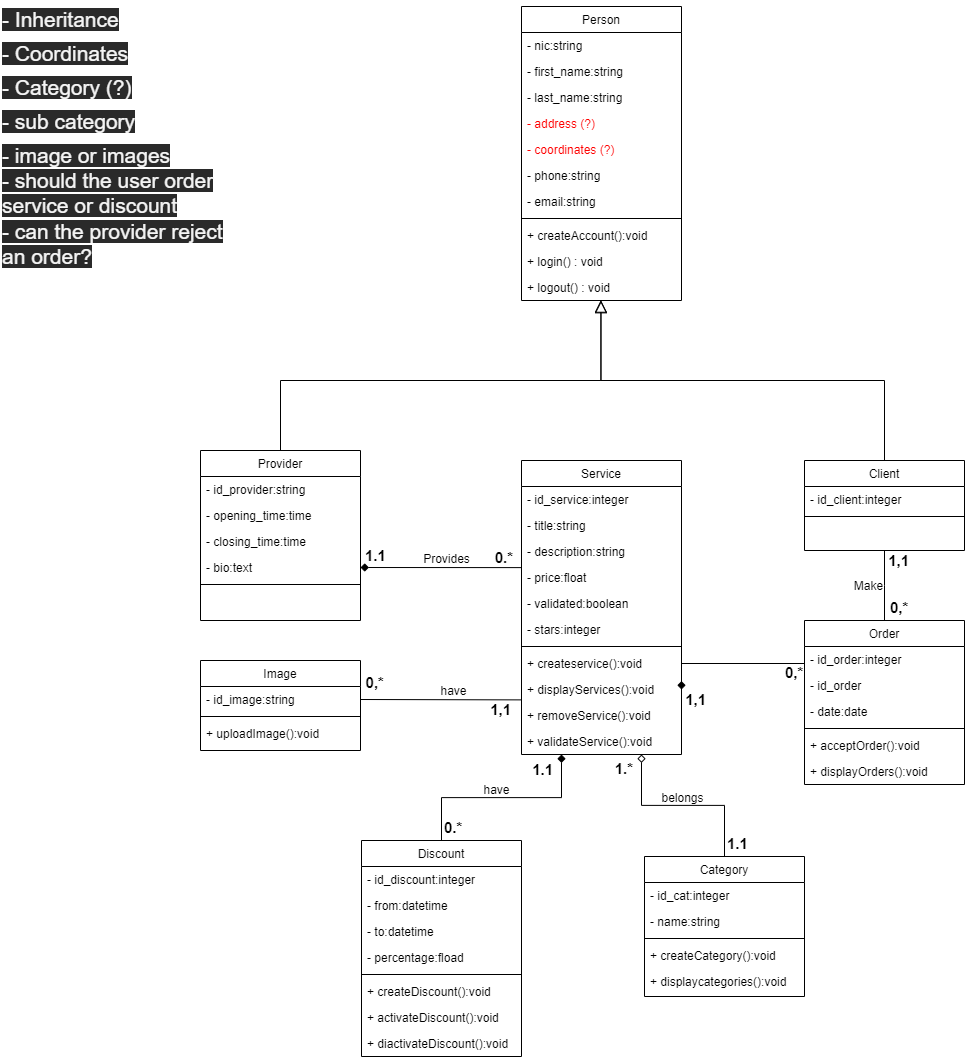
This is class diagram.drawio.png from GHamza-Dev/wafin-design-and-conception, a draw.io export, as it was before one commit. Source tidied: cells renumbered, new cells last; positions are measured from the earlier drawing's top-left corner, leaving out a move shared by most shapes.
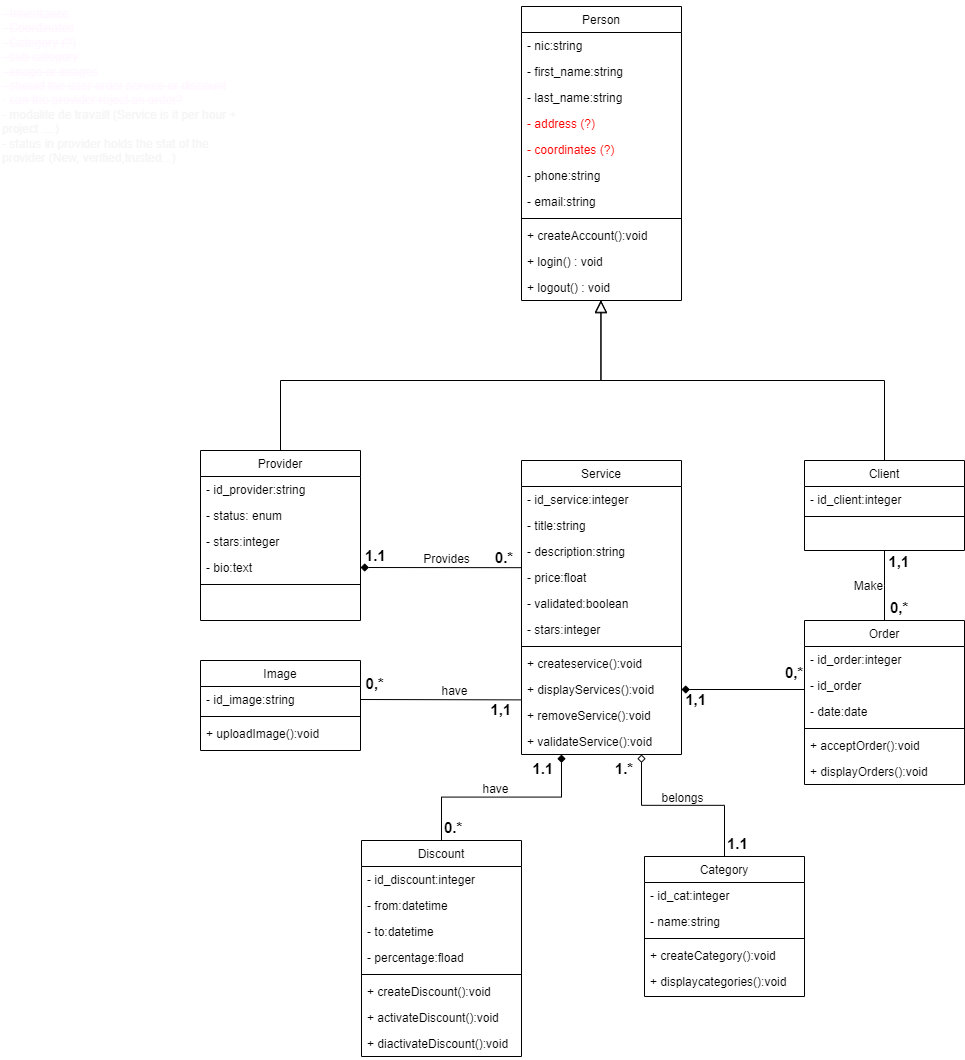
Above is the later version.

Commit message:
Add use cases + attributes to the class diagram

Diff of the diagram source:
```diff
@@ -8,10 +8,10 @@
     <mxCell id="3" value="- id_provider:string" style="text;align=left;verticalAlign=top;spacingLeft=4;spacingRight=4;overflow=hidden;" parent="2" vertex="1">
       <mxGeometry y="26" width="160" height="26" as="geometry" />
     </mxCell>
-    <mxCell id="4" value="- opening_time:time" style="text;align=left;verticalAlign=top;spacingLeft=4;spacingRight=4;overflow=hidden;rounded=0;shadow=0;html=0;" parent="2" vertex="1">
+    <mxCell id="4" value="- status: enum" style="text;align=left;verticalAlign=top;spacingLeft=4;spacingRight=4;overflow=hidden;rounded=0;shadow=0;html=0;" parent="2" vertex="1">
       <mxGeometry y="52" width="160" height="26" as="geometry" />
     </mxCell>
-    <mxCell id="5" value="- closing_time:time" style="text;align=left;verticalAlign=top;spacingLeft=4;spacingRight=4;overflow=hidden;rounded=0;shadow=0;html=0;" parent="2" vertex="1">
+    <mxCell id="5" value="- stars:integer" style="text;align=left;verticalAlign=top;spacingLeft=4;spacingRight=4;overflow=hidden;rounded=0;shadow=0;html=0;" parent="2" vertex="1">
       <mxGeometry y="78" width="160" height="26" as="geometry" />
     </mxCell>
     <mxCell id="6" value="- bio:text" style="text;align=left;verticalAlign=top;spacingLeft=4;spacingRight=4;overflow=hidden;points=[[0,0.5],[1,0.5]];portConstraint=eastwest;rounded=0;shadow=0;html=0;" parent="2" vertex="1">
@@ -275,7 +275,7 @@
         <mxPoint x="32" y="18" as="offset" />
       </mxGeometry>
     </mxCell>
-    <mxCell id="79" value="&lt;font color=&quot;#f5f5f5&quot;&gt;&lt;span style=&quot;font-family: &amp;#34;helvetica&amp;#34; ; font-size: 21px ; font-style: normal ; font-weight: 400 ; letter-spacing: normal ; text-align: center ; text-indent: 0px ; text-transform: none ; word-spacing: 0px ; background-color: rgb(42 , 42 , 42) ; display: inline ; float: none&quot;&gt;- Inheritance&lt;/span&gt;&lt;br style=&quot;font-family: &amp;#34;helvetica&amp;#34; ; font-size: 21px ; font-style: normal ; font-weight: 400 ; letter-spacing: normal ; text-align: center ; text-indent: 0px ; text-transform: none ; word-spacing: 0px ; background-color: rgb(42 , 42 , 42)&quot;&gt;&lt;span style=&quot;font-family: &amp;#34;helvetica&amp;#34; ; font-size: 21px ; font-style: normal ; font-weight: 400 ; letter-spacing: normal ; text-align: center ; text-indent: 0px ; text-transform: none ; word-spacing: 0px ; background-color: rgb(42 , 42 , 42) ; display: inline ; float: none&quot;&gt;- Coordinates&lt;/span&gt;&lt;br style=&quot;font-family: &amp;#34;helvetica&amp;#34; ; font-size: 21px ; font-style: normal ; font-weight: 400 ; letter-spacing: normal ; text-align: center ; text-indent: 0px ; text-transform: none ; word-spacing: 0px ; background-color: rgb(42 , 42 , 42)&quot;&gt;&lt;span style=&quot;font-family: &amp;#34;helvetica&amp;#34; ; font-size: 21px ; font-style: normal ; font-weight: 400 ; letter-spacing: normal ; text-align: center ; text-indent: 0px ; text-transform: none ; word-spacing: 0px ; background-color: rgb(42 , 42 , 42) ; display: inline ; float: none&quot;&gt;- Category (?)&lt;/span&gt;&lt;br style=&quot;font-family: &amp;#34;helvetica&amp;#34; ; font-size: 21px ; font-style: normal ; font-weight: 400 ; letter-spacing: normal ; text-align: center ; text-indent: 0px ; text-transform: none ; word-spacing: 0px ; background-color: rgb(42 , 42 , 42)&quot;&gt;&lt;span style=&quot;font-family: &amp;#34;helvetica&amp;#34; ; font-size: 21px ; font-style: normal ; font-weight: 400 ; letter-spacing: normal ; text-align: center ; text-indent: 0px ; text-transform: none ; word-spacing: 0px ; background-color: rgb(42 , 42 , 42) ; display: inline ; float: none&quot;&gt;- sub category&lt;/span&gt;&lt;br style=&quot;font-family: &amp;#34;helvetica&amp;#34; ; font-size: 21px ; font-style: normal ; font-weight: 400 ; letter-spacing: normal ; text-align: center ; text-indent: 0px ; text-transform: none ; word-spacing: 0px ; background-color: rgb(42 , 42 , 42)&quot;&gt;&lt;span style=&quot;font-family: &amp;#34;helvetica&amp;#34; ; font-size: 21px ; font-style: normal ; font-weight: 400 ; letter-spacing: normal ; text-align: center ; text-indent: 0px ; text-transform: none ; word-spacing: 0px ; background-color: rgb(42 , 42 , 42) ; display: inline ; float: none&quot;&gt;- image or images&lt;br&gt;- should the user order service or discount&lt;br&gt;- can the provider reject an order?&lt;br&gt;&lt;/span&gt;&lt;/font&gt;" style="text;whiteSpace=wrap;html=1;fontColor=#000000;" parent="1" vertex="1">
+    <mxCell id="79" value="&lt;font color=&quot;#fff7ff&quot;&gt;&lt;strike&gt;&lt;span style=&quot;text-align: center ; text-indent: 0px ; display: inline ; float: none&quot;&gt;- Inheritance&lt;/span&gt;&lt;br style=&quot;text-align: center ; text-indent: 0px&quot;&gt;&lt;span style=&quot;text-align: center ; text-indent: 0px ; display: inline ; float: none&quot;&gt;- Coordinates&lt;/span&gt;&lt;br style=&quot;text-align: center ; text-indent: 0px&quot;&gt;&lt;span style=&quot;text-align: center ; text-indent: 0px ; display: inline ; float: none&quot;&gt;- Category (?)&lt;/span&gt;&lt;br style=&quot;text-align: center ; text-indent: 0px&quot;&gt;&lt;span style=&quot;text-align: center ; text-indent: 0px ; display: inline ; float: none&quot;&gt;- sub category&lt;/span&gt;&lt;br style=&quot;text-align: center ; text-indent: 0px&quot;&gt;&lt;/strike&gt;&lt;span style=&quot;text-align: center ; text-indent: 0px ; display: inline ; float: none&quot;&gt;&lt;strike&gt;- image or images&lt;br&gt;- should the user order service or discount&lt;br&gt;&lt;/strike&gt;- &lt;/span&gt;&lt;/font&gt;&lt;span style=&quot;text-align: center ; text-indent: 0px ; display: inline ; float: none&quot;&gt;&lt;font color=&quot;#fff7ff&quot;&gt;&lt;strike&gt;can the provider reject an order?&lt;br&gt;&lt;/strike&gt;&lt;/font&gt;&lt;font color=&quot;#f5f5f5&quot;&gt;- modalite de travaill (Service is it per hour + project ....)&lt;br&gt;- status in provider holds the stat of the provider (New, verified,trusted...)&lt;br&gt;&lt;/font&gt;&lt;/span&gt;" style="text;whiteSpace=wrap;html=1;fontColor=#000000;" parent="1" vertex="1">
       <mxGeometry width="250" height="250" as="geometry" />
     </mxCell>
     <mxCell id="80" style="endArrow=none;shadow=0;strokeWidth=1;rounded=0;endFill=0;edgeStyle=elbowEdgeStyle;elbow=vertical;startArrow=diamond;startFill=1;exitX=1;exitY=0.5;exitDx=0;exitDy=0;" parent="1" edge="1" source="6" target="12">
@@ -301,6 +301,7 @@
     <mxCell id="84" style="endArrow=diamond;shadow=0;strokeWidth=1;rounded=0;endFill=1;edgeStyle=elbowEdgeStyle;elbow=vertical;entryX=1;entryY=0.5;entryDx=0;entryDy=0;exitX=0;exitY=0.5;exitDx=0;exitDy=0;" parent="1" edge="1" source="62" target="17">
       <mxGeometry relative="1" as="geometry">
         <Array as="points">
+          <mxPoint x="750" y="689" />
           <mxPoint x="790" y="663" />
           <mxPoint x="730" y="663" />
           <mxPoint x="720" y="670" />
```
